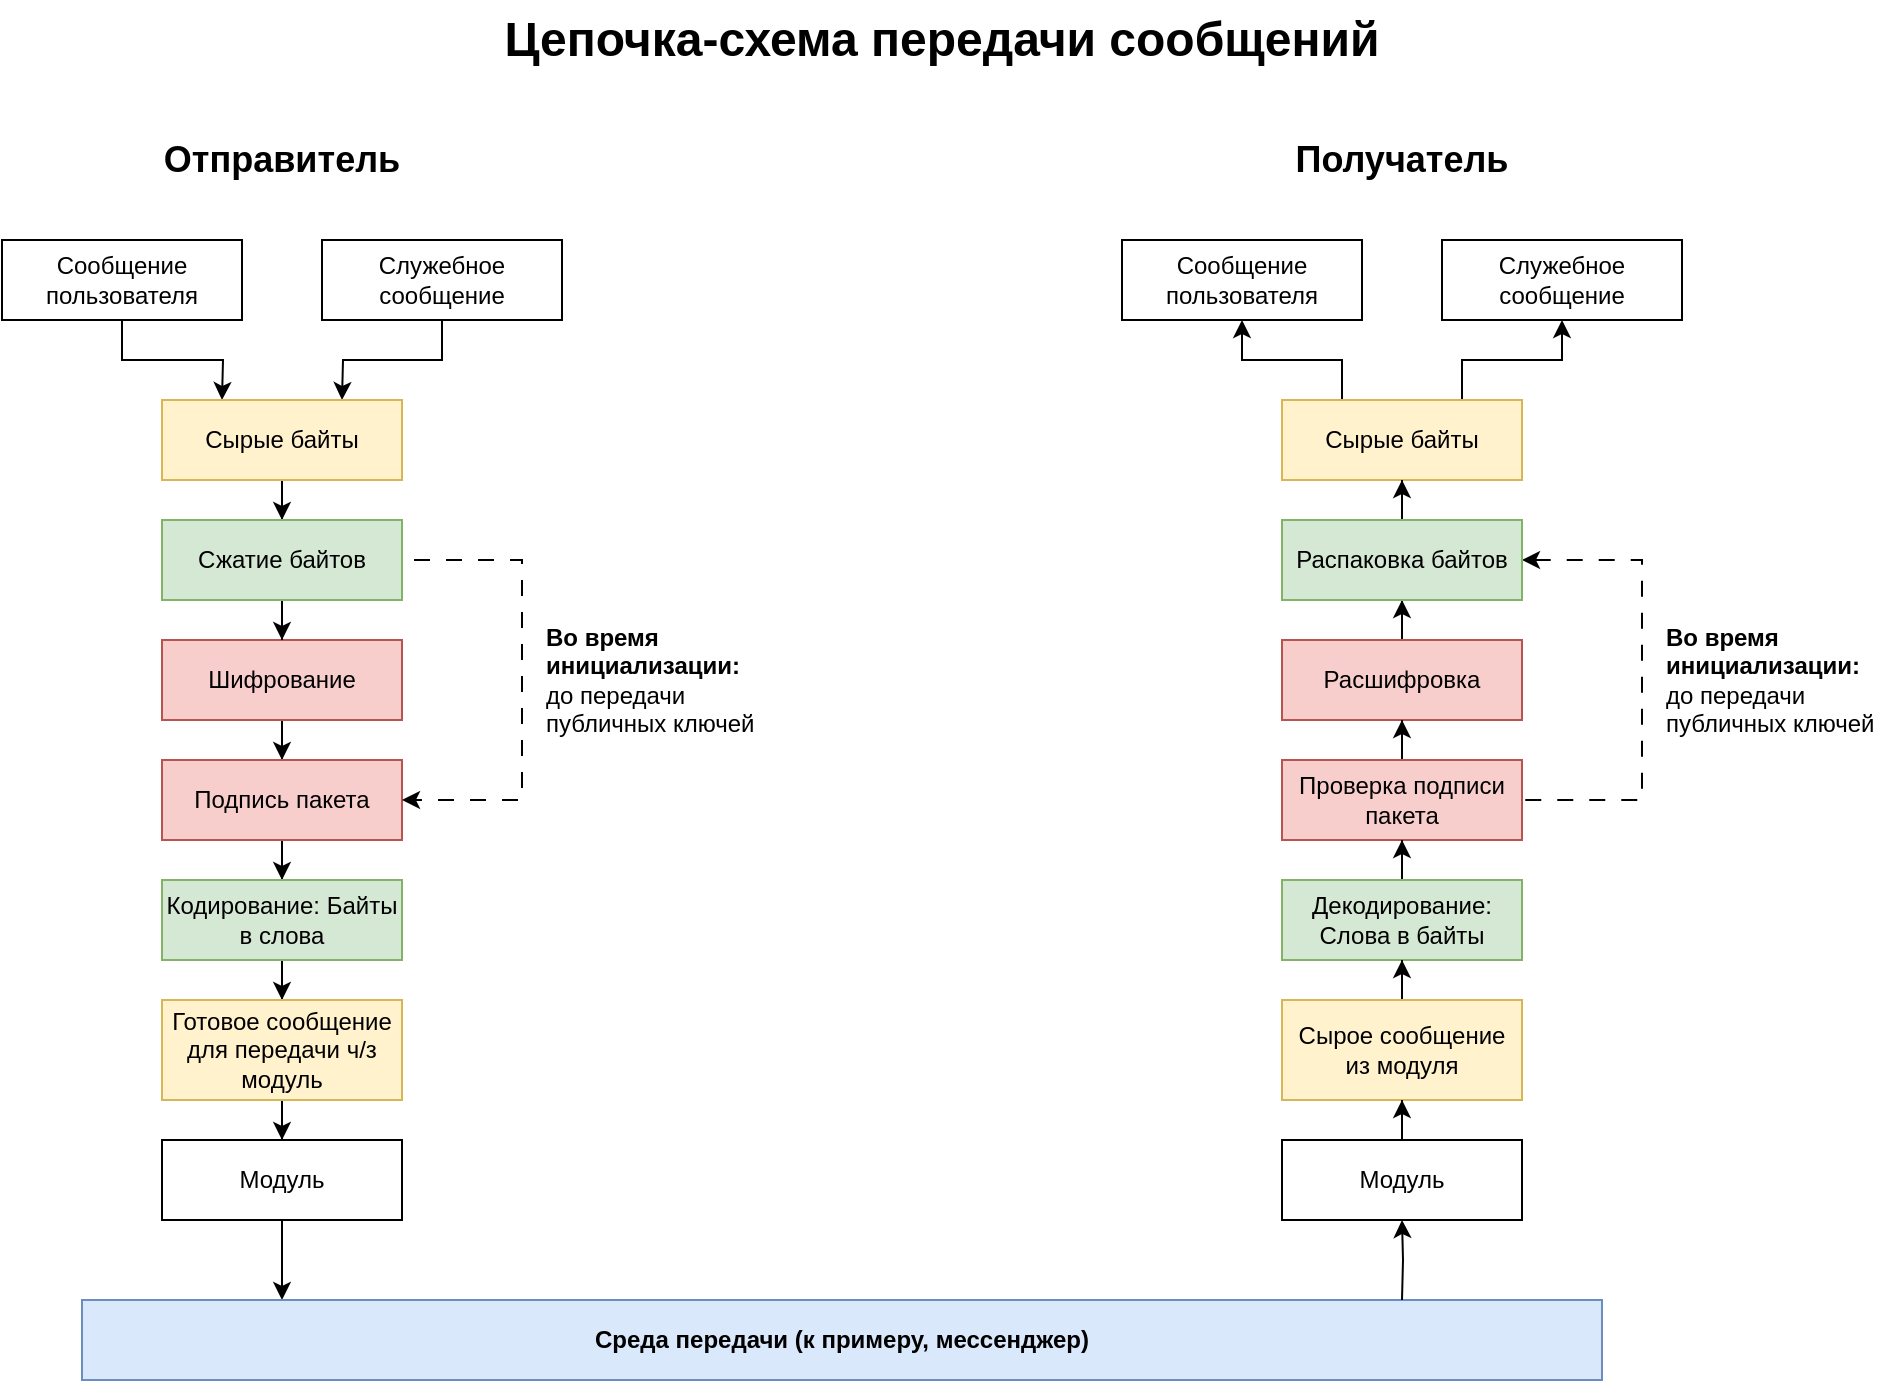
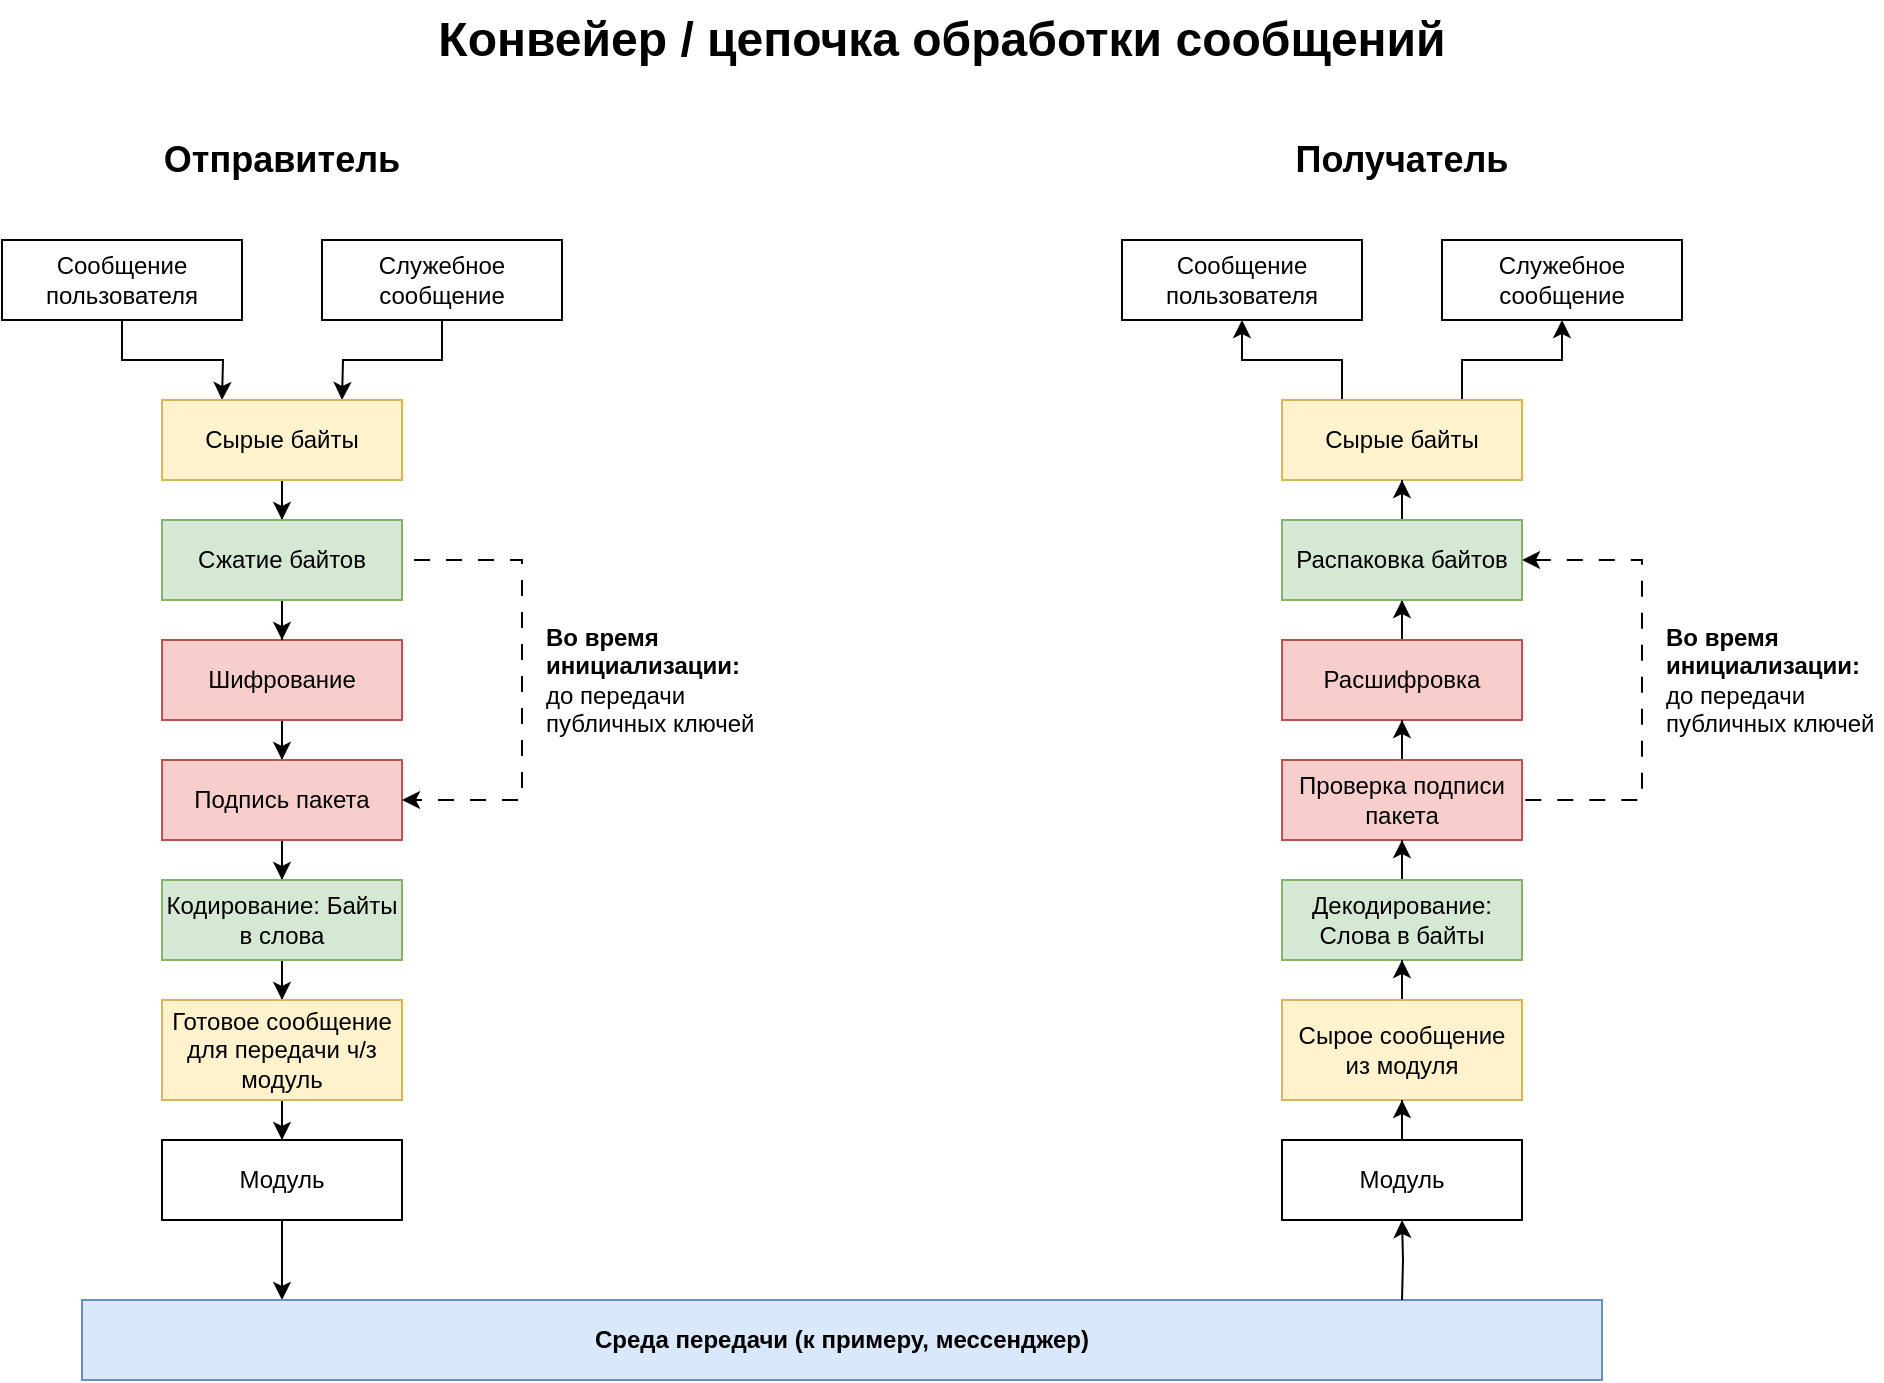
<mxfile host="Electron" pages="2">
  <diagram name="RU" id="i4AJW4cDHvIpAYghTBOj">
-     <mxGraphModel dx="1178" dy="723" grid="1" gridSize="10" guides="1" tooltips="1" connect="1" arrows="1" fold="1" page="1" pageScale="1" pageWidth="850" pageHeight="1100" math="0" shadow="0">
+     <mxGraphModel dx="1414" dy="867" grid="1" gridSize="10" guides="1" tooltips="1" connect="1" arrows="1" fold="1" page="1" pageScale="1" pageWidth="850" pageHeight="1100" math="0" shadow="0">
      <root>
        <mxCell id="0" />
        <mxCell id="1" parent="0" />
-         <mxCell id="vfVV4Qoi_cIunkNZfSw6-1" parent="1" style="text;html=1;whiteSpace=wrap;strokeColor=none;fillColor=none;align=center;verticalAlign=middle;rounded=0;fontStyle=1;fontSize=24;" value="Цепочка-схема передачи сообщений" vertex="1">
+         <mxCell id="vfVV4Qoi_cIunkNZfSw6-1" parent="1" style="text;html=1;whiteSpace=wrap;strokeColor=none;fillColor=none;align=center;verticalAlign=middle;rounded=0;fontStyle=1;fontSize=24;" value="Конвейер / цепочка обработки сообщений" vertex="1">
          <mxGeometry height="40" width="940" x="340" y="290" as="geometry" />
        </mxCell>
        <mxCell id="vfVV4Qoi_cIunkNZfSw6-2" edge="1" parent="1" source="vfVV4Qoi_cIunkNZfSw6-3" style="edgeStyle=orthogonalEdgeStyle;rounded=0;orthogonalLoop=1;jettySize=auto;html=1;entryX=0.25;entryY=0;entryDx=0;entryDy=0;">
          <mxGeometry relative="1" as="geometry">
            <mxPoint x="450" y="490" as="targetPoint" />
          </mxGeometry>
        </mxCell>
        <mxCell id="vfVV4Qoi_cIunkNZfSw6-3" parent="1" style="rounded=0;whiteSpace=wrap;html=1;" value="Сообщение пользователя" vertex="1">
          <mxGeometry height="40" width="120" x="340" y="410" as="geometry" />
        </mxCell>
        <mxCell id="vfVV4Qoi_cIunkNZfSw6-4" edge="1" parent="1" source="vfVV4Qoi_cIunkNZfSw6-5" style="edgeStyle=orthogonalEdgeStyle;rounded=0;orthogonalLoop=1;jettySize=auto;html=1;entryX=0.75;entryY=0;entryDx=0;entryDy=0;">
          <mxGeometry relative="1" as="geometry">
            <mxPoint x="510" y="490" as="targetPoint" />
          </mxGeometry>
        </mxCell>
        <mxCell id="vfVV4Qoi_cIunkNZfSw6-5" parent="1" style="rounded=0;whiteSpace=wrap;html=1;" value="Служебное сообщение" vertex="1">
          <mxGeometry height="40" width="120" x="500" y="410" as="geometry" />
        </mxCell>
        <mxCell id="vfVV4Qoi_cIunkNZfSw6-6" edge="1" parent="1" source="vfVV4Qoi_cIunkNZfSw6-7" style="edgeStyle=orthogonalEdgeStyle;rounded=0;orthogonalLoop=1;jettySize=auto;html=1;entryX=0.5;entryY=0;entryDx=0;entryDy=0;" target="vfVV4Qoi_cIunkNZfSw6-14">
          <mxGeometry relative="1" as="geometry" />
        </mxCell>
        <mxCell id="vfVV4Qoi_cIunkNZfSw6-7" parent="1" style="rounded=0;whiteSpace=wrap;html=1;fillColor=#fff2cc;strokeColor=#d6b656;" value="Сырые байты" vertex="1">
          <mxGeometry height="40" width="120" x="420" y="490" as="geometry" />
        </mxCell>
        <mxCell id="vfVV4Qoi_cIunkNZfSw6-8" edge="1" parent="1" source="vfVV4Qoi_cIunkNZfSw6-9" style="edgeStyle=orthogonalEdgeStyle;rounded=0;orthogonalLoop=1;jettySize=auto;html=1;entryX=0.5;entryY=0;entryDx=0;entryDy=0;" target="vfVV4Qoi_cIunkNZfSw6-11">
          <mxGeometry relative="1" as="geometry" />
        </mxCell>
        <mxCell id="vfVV4Qoi_cIunkNZfSw6-9" parent="1" style="rounded=0;whiteSpace=wrap;html=1;fillColor=#f8cecc;strokeColor=#b85450;" value="Шифрование" vertex="1">
          <mxGeometry height="40" width="120" x="420" y="610" as="geometry" />
        </mxCell>
        <mxCell id="vfVV4Qoi_cIunkNZfSw6-10" edge="1" parent="1" source="vfVV4Qoi_cIunkNZfSw6-11" style="edgeStyle=orthogonalEdgeStyle;rounded=0;orthogonalLoop=1;jettySize=auto;html=1;entryX=0.5;entryY=0;entryDx=0;entryDy=0;" target="vfVV4Qoi_cIunkNZfSw6-16">
          <mxGeometry relative="1" as="geometry" />
        </mxCell>
        <mxCell id="vfVV4Qoi_cIunkNZfSw6-11" parent="1" style="rounded=0;whiteSpace=wrap;html=1;fillColor=#f8cecc;strokeColor=#b85450;" value="Подпись пакета" vertex="1">
          <mxGeometry height="40" width="120" x="420" y="670" as="geometry" />
        </mxCell>
        <mxCell id="vfVV4Qoi_cIunkNZfSw6-12" edge="1" parent="1" source="vfVV4Qoi_cIunkNZfSw6-14" style="edgeStyle=orthogonalEdgeStyle;rounded=0;orthogonalLoop=1;jettySize=auto;html=1;entryX=0.5;entryY=0;entryDx=0;entryDy=0;" target="vfVV4Qoi_cIunkNZfSw6-9">
          <mxGeometry relative="1" as="geometry" />
        </mxCell>
        <mxCell id="vfVV4Qoi_cIunkNZfSw6-13" edge="1" parent="1" source="vfVV4Qoi_cIunkNZfSw6-14" style="edgeStyle=orthogonalEdgeStyle;rounded=0;orthogonalLoop=1;jettySize=auto;html=1;exitX=1;exitY=0.75;exitDx=0;exitDy=0;entryX=1;entryY=0.5;entryDx=0;entryDy=0;dashed=1;dashPattern=8 8;" target="vfVV4Qoi_cIunkNZfSw6-11">
          <mxGeometry relative="1" as="geometry">
            <Array as="points">
              <mxPoint x="540" y="570" />
              <mxPoint x="600" y="570" />
              <mxPoint x="600" y="690" />
            </Array>
          </mxGeometry>
        </mxCell>
        <mxCell id="vfVV4Qoi_cIunkNZfSw6-14" parent="1" style="rounded=0;whiteSpace=wrap;html=1;fillColor=#d5e8d4;strokeColor=#82b366;" value="Сжатие байтов" vertex="1">
          <mxGeometry height="40" width="120" x="420" y="550" as="geometry" />
        </mxCell>
        <mxCell id="vfVV4Qoi_cIunkNZfSw6-15" edge="1" parent="1" source="vfVV4Qoi_cIunkNZfSw6-16" style="edgeStyle=orthogonalEdgeStyle;rounded=0;orthogonalLoop=1;jettySize=auto;html=1;entryX=0.5;entryY=0;entryDx=0;entryDy=0;" target="vfVV4Qoi_cIunkNZfSw6-18">
          <mxGeometry relative="1" as="geometry" />
        </mxCell>
        <mxCell id="vfVV4Qoi_cIunkNZfSw6-16" parent="1" style="rounded=0;whiteSpace=wrap;html=1;fillColor=#d5e8d4;strokeColor=#82b366;" value="Кодирование: Байты в слова" vertex="1">
          <mxGeometry height="40" width="120" x="420" y="730" as="geometry" />
        </mxCell>
        <mxCell id="vfVV4Qoi_cIunkNZfSw6-17" edge="1" parent="1" source="vfVV4Qoi_cIunkNZfSw6-18" style="edgeStyle=orthogonalEdgeStyle;rounded=0;orthogonalLoop=1;jettySize=auto;html=1;entryX=0.5;entryY=0;entryDx=0;entryDy=0;" target="vfVV4Qoi_cIunkNZfSw6-20">
          <mxGeometry relative="1" as="geometry" />
        </mxCell>
        <mxCell id="vfVV4Qoi_cIunkNZfSw6-18" parent="1" style="rounded=0;whiteSpace=wrap;html=1;fillColor=#fff2cc;strokeColor=#d6b656;" value="Готовое сообщение для передачи ч/з модуль" vertex="1">
          <mxGeometry height="50" width="120" x="420" y="790" as="geometry" />
        </mxCell>
        <mxCell id="vfVV4Qoi_cIunkNZfSw6-19" edge="1" parent="1" source="vfVV4Qoi_cIunkNZfSw6-20" style="edgeStyle=orthogonalEdgeStyle;rounded=0;orthogonalLoop=1;jettySize=auto;html=1;">
          <mxGeometry relative="1" as="geometry">
            <mxPoint x="480" y="940" as="targetPoint" />
          </mxGeometry>
        </mxCell>
        <mxCell id="vfVV4Qoi_cIunkNZfSw6-20" parent="1" style="rounded=0;whiteSpace=wrap;html=1;" value="Модуль" vertex="1">
          <mxGeometry height="40" width="120" x="420" y="860" as="geometry" />
        </mxCell>
        <mxCell id="vfVV4Qoi_cIunkNZfSw6-21" parent="1" style="rounded=0;whiteSpace=wrap;html=1;fillColor=#dae8fc;strokeColor=#6c8ebf;fontStyle=1" value="Среда передачи (к примеру, мессенджер)" vertex="1">
          <mxGeometry height="40" width="760" x="380" y="940" as="geometry" />
        </mxCell>
        <mxCell id="vfVV4Qoi_cIunkNZfSw6-22" parent="1" style="text;html=1;whiteSpace=wrap;strokeColor=none;fillColor=none;align=left;verticalAlign=middle;rounded=0;" value="&lt;b&gt;Во время инициализации: &lt;/b&gt;до передачи публичных ключей" vertex="1">
          <mxGeometry height="80" width="110" x="610" y="590" as="geometry" />
        </mxCell>
        <mxCell id="vfVV4Qoi_cIunkNZfSw6-23" parent="1" style="rounded=0;whiteSpace=wrap;html=1;" value="Сообщение пользователя" vertex="1">
          <mxGeometry height="40" width="120" x="900" y="410" as="geometry" />
        </mxCell>
        <mxCell id="vfVV4Qoi_cIunkNZfSw6-24" parent="1" style="rounded=0;whiteSpace=wrap;html=1;" value="Служебное сообщение" vertex="1">
          <mxGeometry height="40" width="120" x="1060" y="410" as="geometry" />
        </mxCell>
        <mxCell id="vfVV4Qoi_cIunkNZfSw6-25" edge="1" parent="1" style="edgeStyle=orthogonalEdgeStyle;rounded=0;orthogonalLoop=1;jettySize=auto;html=1;entryX=0.5;entryY=1;entryDx=0;entryDy=0;" target="vfVV4Qoi_cIunkNZfSw6-23">
          <mxGeometry relative="1" as="geometry">
            <Array as="points">
              <mxPoint x="1010" y="470" />
              <mxPoint x="960" y="470" />
            </Array>
            <mxPoint x="1010" y="490" as="sourcePoint" />
          </mxGeometry>
        </mxCell>
        <mxCell id="vfVV4Qoi_cIunkNZfSw6-26" edge="1" parent="1" style="edgeStyle=orthogonalEdgeStyle;rounded=0;orthogonalLoop=1;jettySize=auto;html=1;entryX=0.5;entryY=1;entryDx=0;entryDy=0;" target="vfVV4Qoi_cIunkNZfSw6-24">
          <mxGeometry relative="1" as="geometry">
            <Array as="points">
              <mxPoint x="1070" y="470" />
              <mxPoint x="1120" y="470" />
            </Array>
            <mxPoint x="1070" y="490" as="sourcePoint" />
          </mxGeometry>
        </mxCell>
        <mxCell id="vfVV4Qoi_cIunkNZfSw6-27" parent="1" style="rounded=0;whiteSpace=wrap;html=1;fillColor=#fff2cc;strokeColor=#d6b656;" value="Сырые байты" vertex="1">
          <mxGeometry height="40" width="120" x="980" y="490" as="geometry" />
        </mxCell>
        <mxCell id="vfVV4Qoi_cIunkNZfSw6-28" edge="1" parent="1" source="vfVV4Qoi_cIunkNZfSw6-29" style="edgeStyle=orthogonalEdgeStyle;rounded=0;orthogonalLoop=1;jettySize=auto;html=1;entryX=0.5;entryY=1;entryDx=0;entryDy=0;" target="vfVV4Qoi_cIunkNZfSw6-34">
          <mxGeometry relative="1" as="geometry" />
        </mxCell>
        <mxCell id="vfVV4Qoi_cIunkNZfSw6-29" parent="1" style="rounded=0;whiteSpace=wrap;html=1;fillColor=#f8cecc;strokeColor=#b85450;" value="Расшифровка" vertex="1">
          <mxGeometry height="40" width="120" x="980" y="610" as="geometry" />
        </mxCell>
        <mxCell id="vfVV4Qoi_cIunkNZfSw6-30" edge="1" parent="1" source="vfVV4Qoi_cIunkNZfSw6-31" style="edgeStyle=orthogonalEdgeStyle;rounded=0;orthogonalLoop=1;jettySize=auto;html=1;entryX=0.5;entryY=1;entryDx=0;entryDy=0;" target="vfVV4Qoi_cIunkNZfSw6-29">
          <mxGeometry relative="1" as="geometry" />
        </mxCell>
        <mxCell id="vfVV4Qoi_cIunkNZfSw6-31" parent="1" style="rounded=0;whiteSpace=wrap;html=1;fillColor=#f8cecc;strokeColor=#b85450;" value="Проверка подписи пакета" vertex="1">
          <mxGeometry height="40" width="120" x="980" y="670" as="geometry" />
        </mxCell>
        <mxCell id="vfVV4Qoi_cIunkNZfSw6-32" edge="1" parent="1" source="vfVV4Qoi_cIunkNZfSw6-34" style="edgeStyle=orthogonalEdgeStyle;rounded=0;orthogonalLoop=1;jettySize=auto;html=1;exitX=1;exitY=0.5;exitDx=0;exitDy=0;entryX=1;entryY=0.5;entryDx=0;entryDy=0;dashed=1;dashPattern=8 8;endArrow=none;endFill=0;startArrow=classic;startFill=1;" target="vfVV4Qoi_cIunkNZfSw6-31">
          <mxGeometry relative="1" as="geometry">
            <Array as="points">
              <mxPoint x="1160" y="570" />
              <mxPoint x="1160" y="690" />
            </Array>
          </mxGeometry>
        </mxCell>
        <mxCell id="vfVV4Qoi_cIunkNZfSw6-33" edge="1" parent="1" source="vfVV4Qoi_cIunkNZfSw6-34" style="edgeStyle=orthogonalEdgeStyle;rounded=0;orthogonalLoop=1;jettySize=auto;html=1;entryX=0.5;entryY=1;entryDx=0;entryDy=0;" target="vfVV4Qoi_cIunkNZfSw6-27">
          <mxGeometry relative="1" as="geometry" />
        </mxCell>
        <mxCell id="vfVV4Qoi_cIunkNZfSw6-34" parent="1" style="rounded=0;whiteSpace=wrap;html=1;fillColor=#d5e8d4;strokeColor=#82b366;" value="Распаковка байтов" vertex="1">
          <mxGeometry height="40" width="120" x="980" y="550" as="geometry" />
        </mxCell>
        <mxCell id="vfVV4Qoi_cIunkNZfSw6-35" edge="1" parent="1" source="vfVV4Qoi_cIunkNZfSw6-36" style="edgeStyle=orthogonalEdgeStyle;rounded=0;orthogonalLoop=1;jettySize=auto;html=1;entryX=0.5;entryY=1;entryDx=0;entryDy=0;" target="vfVV4Qoi_cIunkNZfSw6-31">
          <mxGeometry relative="1" as="geometry" />
        </mxCell>
        <mxCell id="vfVV4Qoi_cIunkNZfSw6-36" parent="1" style="rounded=0;whiteSpace=wrap;html=1;fillColor=#d5e8d4;strokeColor=#82b366;" value="Декодирование: Слова в байты" vertex="1">
          <mxGeometry height="40" width="120" x="980" y="730" as="geometry" />
        </mxCell>
        <mxCell id="vfVV4Qoi_cIunkNZfSw6-37" edge="1" parent="1" source="vfVV4Qoi_cIunkNZfSw6-38" style="edgeStyle=orthogonalEdgeStyle;rounded=0;orthogonalLoop=1;jettySize=auto;html=1;entryX=0.5;entryY=1;entryDx=0;entryDy=0;" target="vfVV4Qoi_cIunkNZfSw6-36">
          <mxGeometry relative="1" as="geometry" />
        </mxCell>
        <mxCell id="vfVV4Qoi_cIunkNZfSw6-38" parent="1" style="rounded=0;whiteSpace=wrap;html=1;fillColor=#fff2cc;strokeColor=#d6b656;" value="Сырое сообщение из модуля" vertex="1">
          <mxGeometry height="50" width="120" x="980" y="790" as="geometry" />
        </mxCell>
        <mxCell id="vfVV4Qoi_cIunkNZfSw6-39" edge="1" parent="1" source="vfVV4Qoi_cIunkNZfSw6-40" style="edgeStyle=orthogonalEdgeStyle;rounded=0;orthogonalLoop=1;jettySize=auto;html=1;entryX=0.5;entryY=1;entryDx=0;entryDy=0;" target="vfVV4Qoi_cIunkNZfSw6-38">
          <mxGeometry relative="1" as="geometry" />
        </mxCell>
        <mxCell id="vfVV4Qoi_cIunkNZfSw6-40" parent="1" style="rounded=0;whiteSpace=wrap;html=1;" value="Модуль" vertex="1">
          <mxGeometry height="40" width="120" x="980" y="860" as="geometry" />
        </mxCell>
        <mxCell id="vfVV4Qoi_cIunkNZfSw6-41" edge="1" parent="1" style="edgeStyle=orthogonalEdgeStyle;rounded=0;orthogonalLoop=1;jettySize=auto;html=1;entryX=0.5;entryY=1;entryDx=0;entryDy=0;" target="vfVV4Qoi_cIunkNZfSw6-40">
          <mxGeometry relative="1" as="geometry">
            <mxPoint x="1040" y="940" as="sourcePoint" />
          </mxGeometry>
        </mxCell>
        <mxCell id="vfVV4Qoi_cIunkNZfSw6-42" parent="1" style="text;html=1;whiteSpace=wrap;strokeColor=none;fillColor=none;align=left;verticalAlign=middle;rounded=0;" value="&lt;b&gt;Во время инициализации: &lt;/b&gt;до передачи публичных ключей" vertex="1">
          <mxGeometry height="80" width="110" x="1170" y="590" as="geometry" />
        </mxCell>
        <mxCell id="vfVV4Qoi_cIunkNZfSw6-43" parent="1" style="text;html=1;whiteSpace=wrap;strokeColor=none;fillColor=none;align=center;verticalAlign=middle;rounded=0;fontStyle=1;fontSize=18;" value="Отправитель" vertex="1">
          <mxGeometry height="40" width="280" x="340" y="350" as="geometry" />
        </mxCell>
        <mxCell id="vfVV4Qoi_cIunkNZfSw6-44" parent="1" style="text;html=1;whiteSpace=wrap;strokeColor=none;fillColor=none;align=center;verticalAlign=middle;rounded=0;fontStyle=1;fontSize=18;" value="Получатель" vertex="1">
          <mxGeometry height="40" width="280" x="900" y="350" as="geometry" />
        </mxCell>
      </root>
    </mxGraphModel>
  </diagram>
  <diagram id="NEuCkjv9n1_VusTQWZkD" name="EN">
-     <mxGraphModel dx="975" dy="598" grid="1" gridSize="10" guides="1" tooltips="1" connect="1" arrows="1" fold="1" page="1" pageScale="1" pageWidth="850" pageHeight="1100" math="0" shadow="0">
+     <mxGraphModel dx="1414" dy="867" grid="1" gridSize="10" guides="1" tooltips="1" connect="1" arrows="1" fold="1" page="1" pageScale="1" pageWidth="850" pageHeight="1100" math="0" shadow="0">
      <root>
        <mxCell id="0" />
        <mxCell id="1" parent="0" />
-         <mxCell id="NmiPTEwxaYA9GG__ZCoZ-1" parent="1" style="text;html=1;whiteSpace=wrap;strokeColor=none;fillColor=none;align=center;verticalAlign=middle;rounded=0;fontStyle=1;fontSize=24;" value="Message transmission chain" vertex="1">
+         <mxCell id="NmiPTEwxaYA9GG__ZCoZ-1" parent="1" style="text;html=1;whiteSpace=wrap;strokeColor=none;fillColor=none;align=center;verticalAlign=middle;rounded=0;fontStyle=1;fontSize=24;" value="Message processing pipeline" vertex="1">
          <mxGeometry height="40" width="940" x="250" y="110" as="geometry" />
        </mxCell>
        <mxCell id="NmiPTEwxaYA9GG__ZCoZ-2" edge="1" parent="1" source="NmiPTEwxaYA9GG__ZCoZ-3" style="edgeStyle=orthogonalEdgeStyle;rounded=0;orthogonalLoop=1;jettySize=auto;html=1;entryX=0.25;entryY=0;entryDx=0;entryDy=0;">
          <mxGeometry relative="1" as="geometry">
            <mxPoint x="360" y="310" as="targetPoint" />
          </mxGeometry>
        </mxCell>
        <mxCell id="NmiPTEwxaYA9GG__ZCoZ-3" parent="1" style="rounded=0;whiteSpace=wrap;html=1;" value="User message" vertex="1">
          <mxGeometry height="40" width="120" x="250" y="230" as="geometry" />
        </mxCell>
        <mxCell id="NmiPTEwxaYA9GG__ZCoZ-4" edge="1" parent="1" source="NmiPTEwxaYA9GG__ZCoZ-5" style="edgeStyle=orthogonalEdgeStyle;rounded=0;orthogonalLoop=1;jettySize=auto;html=1;entryX=0.75;entryY=0;entryDx=0;entryDy=0;">
          <mxGeometry relative="1" as="geometry">
            <mxPoint x="420" y="310" as="targetPoint" />
          </mxGeometry>
        </mxCell>
        <mxCell id="NmiPTEwxaYA9GG__ZCoZ-5" parent="1" style="rounded=0;whiteSpace=wrap;html=1;" value="Service Message" vertex="1">
          <mxGeometry height="40" width="120" x="410" y="230" as="geometry" />
        </mxCell>
        <mxCell id="NmiPTEwxaYA9GG__ZCoZ-6" edge="1" parent="1" source="NmiPTEwxaYA9GG__ZCoZ-7" style="edgeStyle=orthogonalEdgeStyle;rounded=0;orthogonalLoop=1;jettySize=auto;html=1;entryX=0.5;entryY=0;entryDx=0;entryDy=0;" target="NmiPTEwxaYA9GG__ZCoZ-14">
          <mxGeometry relative="1" as="geometry" />
        </mxCell>
        <mxCell id="NmiPTEwxaYA9GG__ZCoZ-7" parent="1" style="rounded=0;whiteSpace=wrap;html=1;fillColor=#fff2cc;strokeColor=#d6b656;" value="Raw bytes" vertex="1">
          <mxGeometry height="40" width="120" x="330" y="310" as="geometry" />
        </mxCell>
        <mxCell id="NmiPTEwxaYA9GG__ZCoZ-8" edge="1" parent="1" source="NmiPTEwxaYA9GG__ZCoZ-9" style="edgeStyle=orthogonalEdgeStyle;rounded=0;orthogonalLoop=1;jettySize=auto;html=1;entryX=0.5;entryY=0;entryDx=0;entryDy=0;" target="NmiPTEwxaYA9GG__ZCoZ-11">
          <mxGeometry relative="1" as="geometry" />
        </mxCell>
        <mxCell id="NmiPTEwxaYA9GG__ZCoZ-9" parent="1" style="rounded=0;whiteSpace=wrap;html=1;fillColor=#f8cecc;strokeColor=#b85450;" value="Encryption" vertex="1">
          <mxGeometry height="40" width="120" x="330" y="430" as="geometry" />
        </mxCell>
        <mxCell id="NmiPTEwxaYA9GG__ZCoZ-10" edge="1" parent="1" source="NmiPTEwxaYA9GG__ZCoZ-11" style="edgeStyle=orthogonalEdgeStyle;rounded=0;orthogonalLoop=1;jettySize=auto;html=1;entryX=0.5;entryY=0;entryDx=0;entryDy=0;" target="NmiPTEwxaYA9GG__ZCoZ-16">
          <mxGeometry relative="1" as="geometry" />
        </mxCell>
        <mxCell id="NmiPTEwxaYA9GG__ZCoZ-11" parent="1" style="rounded=0;whiteSpace=wrap;html=1;fillColor=#f8cecc;strokeColor=#b85450;" value="Packet signing" vertex="1">
          <mxGeometry height="40" width="120" x="330" y="490" as="geometry" />
        </mxCell>
        <mxCell id="NmiPTEwxaYA9GG__ZCoZ-12" edge="1" parent="1" source="NmiPTEwxaYA9GG__ZCoZ-14" style="edgeStyle=orthogonalEdgeStyle;rounded=0;orthogonalLoop=1;jettySize=auto;html=1;entryX=0.5;entryY=0;entryDx=0;entryDy=0;" target="NmiPTEwxaYA9GG__ZCoZ-9">
          <mxGeometry relative="1" as="geometry" />
        </mxCell>
        <mxCell id="NmiPTEwxaYA9GG__ZCoZ-13" edge="1" parent="1" source="NmiPTEwxaYA9GG__ZCoZ-14" style="edgeStyle=orthogonalEdgeStyle;rounded=0;orthogonalLoop=1;jettySize=auto;html=1;exitX=1;exitY=0.75;exitDx=0;exitDy=0;entryX=1;entryY=0.5;entryDx=0;entryDy=0;dashed=1;dashPattern=8 8;" target="NmiPTEwxaYA9GG__ZCoZ-11">
          <mxGeometry relative="1" as="geometry">
            <Array as="points">
              <mxPoint x="450" y="390" />
              <mxPoint x="510" y="390" />
              <mxPoint x="510" y="510" />
            </Array>
          </mxGeometry>
        </mxCell>
        <mxCell id="NmiPTEwxaYA9GG__ZCoZ-14" parent="1" style="rounded=0;whiteSpace=wrap;html=1;fillColor=#d5e8d4;strokeColor=#82b366;" value="Byte compression" vertex="1">
          <mxGeometry height="40" width="120" x="330" y="370" as="geometry" />
        </mxCell>
        <mxCell id="NmiPTEwxaYA9GG__ZCoZ-15" edge="1" parent="1" source="NmiPTEwxaYA9GG__ZCoZ-16" style="edgeStyle=orthogonalEdgeStyle;rounded=0;orthogonalLoop=1;jettySize=auto;html=1;entryX=0.5;entryY=0;entryDx=0;entryDy=0;" target="NmiPTEwxaYA9GG__ZCoZ-18">
          <mxGeometry relative="1" as="geometry" />
        </mxCell>
        <mxCell id="NmiPTEwxaYA9GG__ZCoZ-16" parent="1" style="rounded=0;whiteSpace=wrap;html=1;fillColor=#d5e8d4;strokeColor=#82b366;" value="Encoding: bytes to words" vertex="1">
          <mxGeometry height="40" width="120" x="330" y="550" as="geometry" />
        </mxCell>
        <mxCell id="NmiPTEwxaYA9GG__ZCoZ-17" edge="1" parent="1" source="NmiPTEwxaYA9GG__ZCoZ-18" style="edgeStyle=orthogonalEdgeStyle;rounded=0;orthogonalLoop=1;jettySize=auto;html=1;entryX=0.5;entryY=0;entryDx=0;entryDy=0;" target="NmiPTEwxaYA9GG__ZCoZ-20">
          <mxGeometry relative="1" as="geometry" />
        </mxCell>
        <mxCell id="NmiPTEwxaYA9GG__ZCoZ-18" parent="1" style="rounded=0;whiteSpace=wrap;html=1;fillColor=#fff2cc;strokeColor=#d6b656;" value="Ready-to-send module message" vertex="1">
          <mxGeometry height="50" width="120" x="330" y="610" as="geometry" />
        </mxCell>
        <mxCell id="NmiPTEwxaYA9GG__ZCoZ-19" edge="1" parent="1" source="NmiPTEwxaYA9GG__ZCoZ-20" style="edgeStyle=orthogonalEdgeStyle;rounded=0;orthogonalLoop=1;jettySize=auto;html=1;">
          <mxGeometry relative="1" as="geometry">
            <mxPoint x="390" y="760" as="targetPoint" />
          </mxGeometry>
        </mxCell>
        <mxCell id="NmiPTEwxaYA9GG__ZCoZ-20" parent="1" style="rounded=0;whiteSpace=wrap;html=1;" value="Module" vertex="1">
          <mxGeometry height="40" width="120" x="330" y="680" as="geometry" />
        </mxCell>
        <mxCell id="NmiPTEwxaYA9GG__ZCoZ-21" parent="1" style="rounded=0;whiteSpace=wrap;html=1;fillColor=#dae8fc;strokeColor=#6c8ebf;fontStyle=1" value="&lt;b data-path-to-node=&quot;1,0,0&quot; data-index-in-node=&quot;0&quot;&gt;Transmission medium (e.g., messenger)&lt;/b&gt;" vertex="1">
          <mxGeometry height="40" width="760" x="290" y="760" as="geometry" />
        </mxCell>
        <mxCell id="NmiPTEwxaYA9GG__ZCoZ-22" parent="1" style="text;html=1;whiteSpace=wrap;strokeColor=none;fillColor=none;align=left;verticalAlign=middle;rounded=0;" value="&lt;b data-path-to-node=&quot;1,0,0&quot; data-index-in-node=&quot;0&quot;&gt;During initialization: &lt;/b&gt;&lt;span data-path-to-node=&quot;1,0,0&quot; data-index-in-node=&quot;0&quot;&gt;before public keys are transmitted&lt;/span&gt;" vertex="1">
          <mxGeometry height="80" width="110" x="520" y="410" as="geometry" />
        </mxCell>
        <mxCell id="NmiPTEwxaYA9GG__ZCoZ-23" parent="1" style="rounded=0;whiteSpace=wrap;html=1;" value="User message" vertex="1">
          <mxGeometry height="40" width="120" x="810" y="230" as="geometry" />
        </mxCell>
        <mxCell id="NmiPTEwxaYA9GG__ZCoZ-24" parent="1" style="rounded=0;whiteSpace=wrap;html=1;" value="Service message" vertex="1">
          <mxGeometry height="40" width="120" x="970" y="230" as="geometry" />
        </mxCell>
        <mxCell id="NmiPTEwxaYA9GG__ZCoZ-25" edge="1" parent="1" style="edgeStyle=orthogonalEdgeStyle;rounded=0;orthogonalLoop=1;jettySize=auto;html=1;entryX=0.5;entryY=1;entryDx=0;entryDy=0;" target="NmiPTEwxaYA9GG__ZCoZ-23">
          <mxGeometry relative="1" as="geometry">
            <Array as="points">
              <mxPoint x="920" y="290" />
              <mxPoint x="870" y="290" />
            </Array>
            <mxPoint x="920" y="310" as="sourcePoint" />
          </mxGeometry>
        </mxCell>
        <mxCell id="NmiPTEwxaYA9GG__ZCoZ-26" edge="1" parent="1" style="edgeStyle=orthogonalEdgeStyle;rounded=0;orthogonalLoop=1;jettySize=auto;html=1;entryX=0.5;entryY=1;entryDx=0;entryDy=0;" target="NmiPTEwxaYA9GG__ZCoZ-24">
          <mxGeometry relative="1" as="geometry">
            <Array as="points">
              <mxPoint x="980" y="290" />
              <mxPoint x="1030" y="290" />
            </Array>
            <mxPoint x="980" y="310" as="sourcePoint" />
          </mxGeometry>
        </mxCell>
        <mxCell id="NmiPTEwxaYA9GG__ZCoZ-27" parent="1" style="rounded=0;whiteSpace=wrap;html=1;fillColor=#fff2cc;strokeColor=#d6b656;" value="Raw bytes" vertex="1">
          <mxGeometry height="40" width="120" x="890" y="310" as="geometry" />
        </mxCell>
        <mxCell id="NmiPTEwxaYA9GG__ZCoZ-28" edge="1" parent="1" source="NmiPTEwxaYA9GG__ZCoZ-29" style="edgeStyle=orthogonalEdgeStyle;rounded=0;orthogonalLoop=1;jettySize=auto;html=1;entryX=0.5;entryY=1;entryDx=0;entryDy=0;" target="NmiPTEwxaYA9GG__ZCoZ-34">
          <mxGeometry relative="1" as="geometry" />
        </mxCell>
        <mxCell id="NmiPTEwxaYA9GG__ZCoZ-29" parent="1" style="rounded=0;whiteSpace=wrap;html=1;fillColor=#f8cecc;strokeColor=#b85450;" value="Decryption" vertex="1">
          <mxGeometry height="40" width="120" x="890" y="430" as="geometry" />
        </mxCell>
        <mxCell id="NmiPTEwxaYA9GG__ZCoZ-30" edge="1" parent="1" source="NmiPTEwxaYA9GG__ZCoZ-31" style="edgeStyle=orthogonalEdgeStyle;rounded=0;orthogonalLoop=1;jettySize=auto;html=1;entryX=0.5;entryY=1;entryDx=0;entryDy=0;" target="NmiPTEwxaYA9GG__ZCoZ-29">
          <mxGeometry relative="1" as="geometry" />
        </mxCell>
        <mxCell id="NmiPTEwxaYA9GG__ZCoZ-31" parent="1" style="rounded=0;whiteSpace=wrap;html=1;fillColor=#f8cecc;strokeColor=#b85450;" value="Verify packet signature" vertex="1">
          <mxGeometry height="40" width="120" x="890" y="490" as="geometry" />
        </mxCell>
        <mxCell id="NmiPTEwxaYA9GG__ZCoZ-32" edge="1" parent="1" source="NmiPTEwxaYA9GG__ZCoZ-34" style="edgeStyle=orthogonalEdgeStyle;rounded=0;orthogonalLoop=1;jettySize=auto;html=1;exitX=1;exitY=0.5;exitDx=0;exitDy=0;entryX=1;entryY=0.5;entryDx=0;entryDy=0;dashed=1;dashPattern=8 8;endArrow=none;endFill=0;startArrow=classic;startFill=1;" target="NmiPTEwxaYA9GG__ZCoZ-31">
          <mxGeometry relative="1" as="geometry">
            <Array as="points">
              <mxPoint x="1070" y="390" />
              <mxPoint x="1070" y="510" />
            </Array>
          </mxGeometry>
        </mxCell>
        <mxCell id="NmiPTEwxaYA9GG__ZCoZ-33" edge="1" parent="1" source="NmiPTEwxaYA9GG__ZCoZ-34" style="edgeStyle=orthogonalEdgeStyle;rounded=0;orthogonalLoop=1;jettySize=auto;html=1;entryX=0.5;entryY=1;entryDx=0;entryDy=0;" target="NmiPTEwxaYA9GG__ZCoZ-27">
          <mxGeometry relative="1" as="geometry" />
        </mxCell>
        <mxCell id="NmiPTEwxaYA9GG__ZCoZ-34" parent="1" style="rounded=0;whiteSpace=wrap;html=1;fillColor=#d5e8d4;strokeColor=#82b366;" value="Byte decompression" vertex="1">
          <mxGeometry height="40" width="120" x="890" y="370" as="geometry" />
        </mxCell>
        <mxCell id="NmiPTEwxaYA9GG__ZCoZ-35" edge="1" parent="1" source="NmiPTEwxaYA9GG__ZCoZ-36" style="edgeStyle=orthogonalEdgeStyle;rounded=0;orthogonalLoop=1;jettySize=auto;html=1;entryX=0.5;entryY=1;entryDx=0;entryDy=0;" target="NmiPTEwxaYA9GG__ZCoZ-31">
          <mxGeometry relative="1" as="geometry" />
        </mxCell>
        <mxCell id="NmiPTEwxaYA9GG__ZCoZ-36" parent="1" style="rounded=0;whiteSpace=wrap;html=1;fillColor=#d5e8d4;strokeColor=#82b366;" value="&lt;span data-path-to-node=&quot;2,3,1,0,0&quot; data-index-in-node=&quot;0&quot;&gt;Decoding: words to bytes&lt;/span&gt;" vertex="1">
          <mxGeometry height="40" width="120" x="890" y="550" as="geometry" />
        </mxCell>
        <mxCell id="NmiPTEwxaYA9GG__ZCoZ-37" edge="1" parent="1" source="NmiPTEwxaYA9GG__ZCoZ-38" style="edgeStyle=orthogonalEdgeStyle;rounded=0;orthogonalLoop=1;jettySize=auto;html=1;entryX=0.5;entryY=1;entryDx=0;entryDy=0;" target="NmiPTEwxaYA9GG__ZCoZ-36">
          <mxGeometry relative="1" as="geometry" />
        </mxCell>
        <mxCell id="NmiPTEwxaYA9GG__ZCoZ-38" parent="1" style="rounded=0;whiteSpace=wrap;html=1;fillColor=#fff2cc;strokeColor=#d6b656;" value="&lt;i data-path-to-node=&quot;2,4,1,1,0&quot; data-index-in-node=&quot;0&quot;&gt;Raw module message&lt;/i&gt;" vertex="1">
          <mxGeometry height="50" width="120" x="890" y="610" as="geometry" />
        </mxCell>
        <mxCell id="NmiPTEwxaYA9GG__ZCoZ-39" edge="1" parent="1" source="NmiPTEwxaYA9GG__ZCoZ-40" style="edgeStyle=orthogonalEdgeStyle;rounded=0;orthogonalLoop=1;jettySize=auto;html=1;entryX=0.5;entryY=1;entryDx=0;entryDy=0;" target="NmiPTEwxaYA9GG__ZCoZ-38">
          <mxGeometry relative="1" as="geometry" />
        </mxCell>
        <mxCell id="NmiPTEwxaYA9GG__ZCoZ-40" parent="1" style="rounded=0;whiteSpace=wrap;html=1;" value="Module" vertex="1">
          <mxGeometry height="40" width="120" x="890" y="680" as="geometry" />
        </mxCell>
        <mxCell id="NmiPTEwxaYA9GG__ZCoZ-41" edge="1" parent="1" style="edgeStyle=orthogonalEdgeStyle;rounded=0;orthogonalLoop=1;jettySize=auto;html=1;entryX=0.5;entryY=1;entryDx=0;entryDy=0;" target="NmiPTEwxaYA9GG__ZCoZ-40">
          <mxGeometry relative="1" as="geometry">
            <mxPoint x="950" y="760" as="sourcePoint" />
          </mxGeometry>
        </mxCell>
        <mxCell id="NmiPTEwxaYA9GG__ZCoZ-42" parent="1" style="text;html=1;whiteSpace=wrap;strokeColor=none;fillColor=none;align=left;verticalAlign=middle;rounded=0;" value="&lt;b data-path-to-node=&quot;1,0,0&quot; data-index-in-node=&quot;0&quot;&gt;During initialization: &lt;/b&gt;&lt;span data-path-to-node=&quot;1,0,0&quot; data-index-in-node=&quot;0&quot;&gt;before public keys are transmitted&lt;/span&gt;" vertex="1">
          <mxGeometry height="80" width="110" x="1080" y="410" as="geometry" />
        </mxCell>
        <mxCell id="NmiPTEwxaYA9GG__ZCoZ-43" parent="1" style="text;html=1;whiteSpace=wrap;strokeColor=none;fillColor=none;align=center;verticalAlign=middle;rounded=0;fontStyle=1;fontSize=18;" value="Sender" vertex="1">
          <mxGeometry height="40" width="280" x="250" y="170" as="geometry" />
        </mxCell>
        <mxCell id="NmiPTEwxaYA9GG__ZCoZ-44" parent="1" style="text;html=1;whiteSpace=wrap;strokeColor=none;fillColor=none;align=center;verticalAlign=middle;rounded=0;fontStyle=1;fontSize=18;" value="Receiver" vertex="1">
          <mxGeometry height="40" width="280" x="810" y="170" as="geometry" />
        </mxCell>
      </root>
    </mxGraphModel>
  </diagram>
</mxfile>
